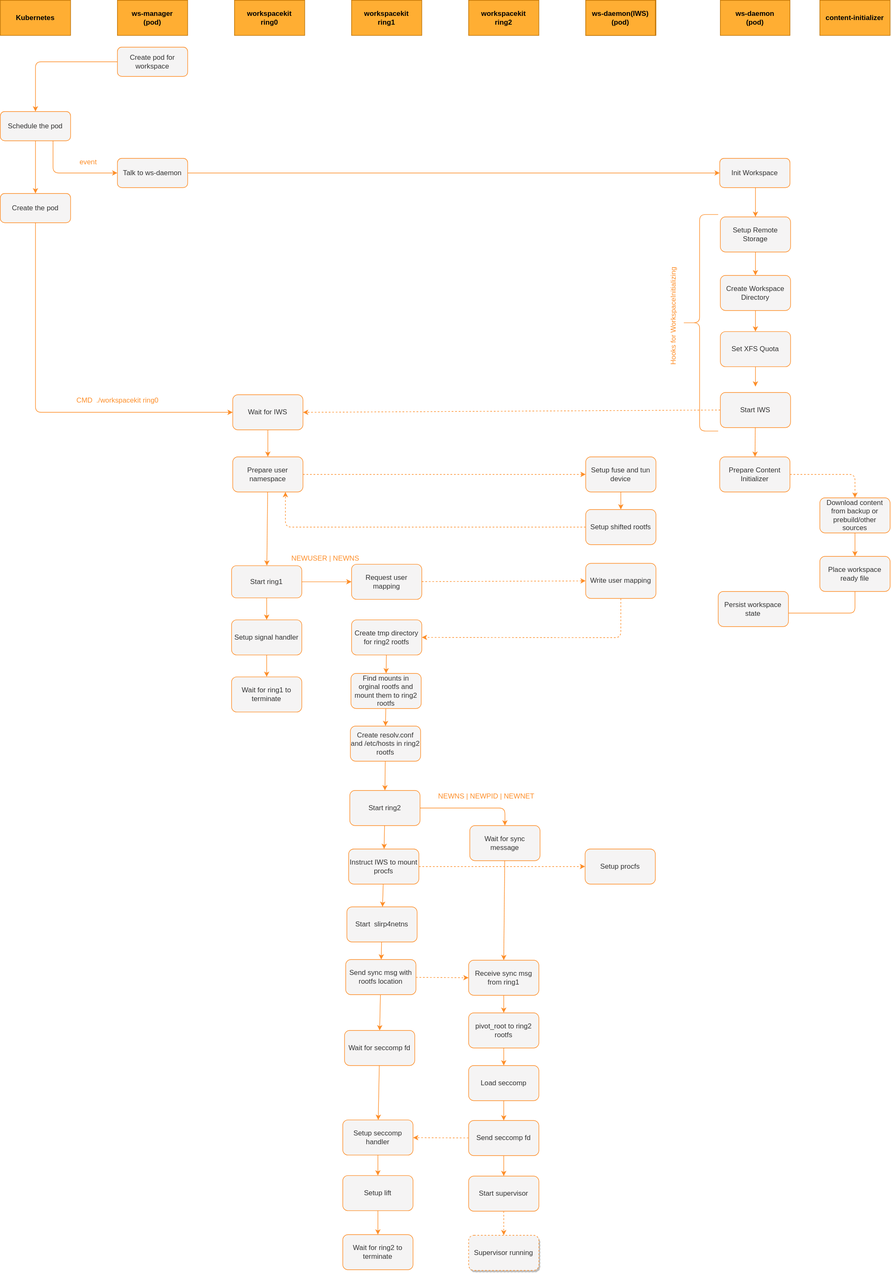
The draw.io diagram docs/workspace/architecture.drawio.svg in gitpod-io/gitpod, before a commit. Source tidied: cells renumbered, new cells last; positions are measured from the earlier drawing's top-left corner, leaving out a move shared by most shapes.
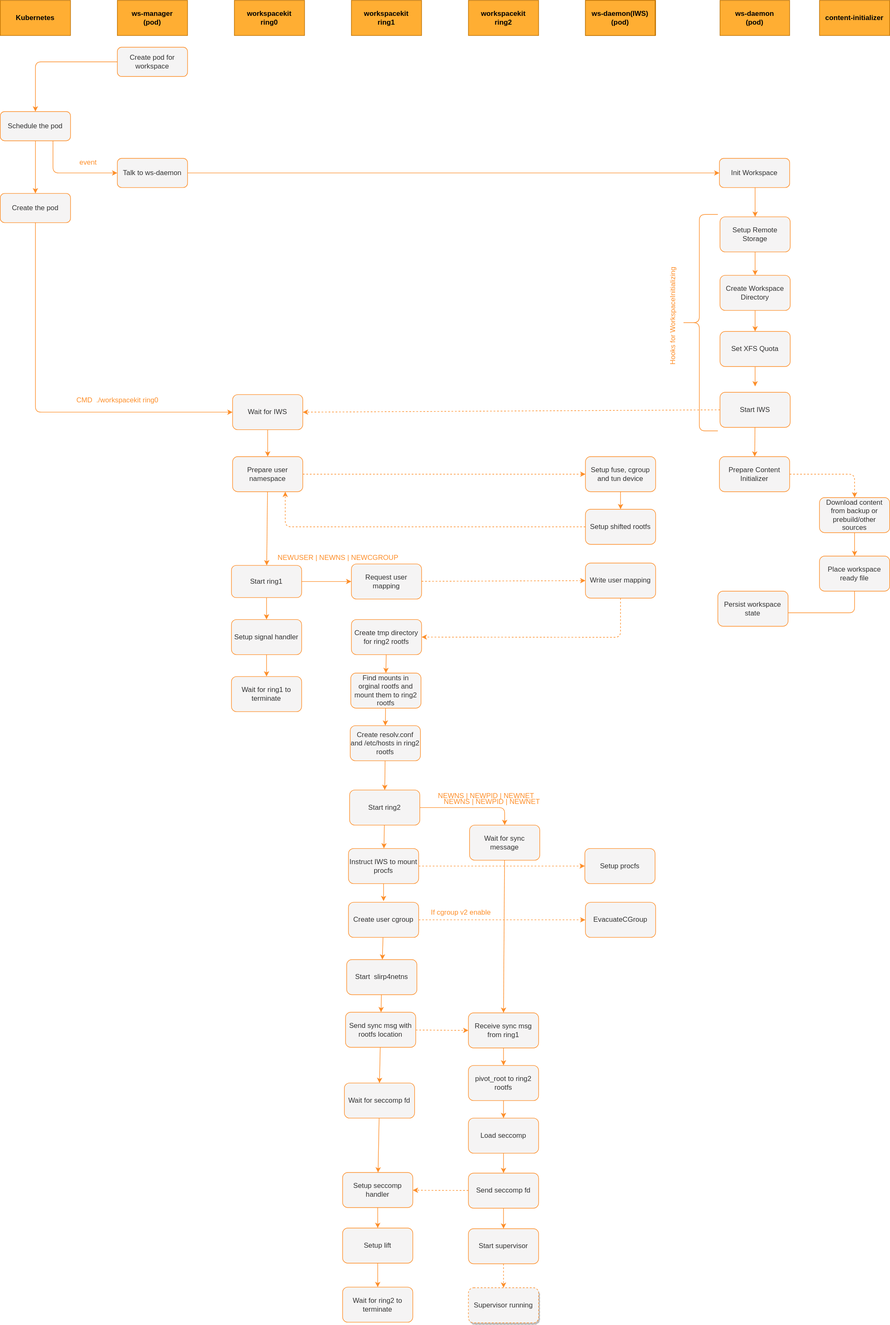
The same file after the commit.

Commit message:
ws-daemon: update the docs for cgroup v2.

Change to the diagram source:
```diff
@@ -91,7 +91,7 @@
     <mxCell id="26" style="edgeStyle=none;rounded=1;jumpStyle=none;html=1;endArrow=classic;endFill=1;strokeColor=#FD8e29;" parent="1" edge="1" source="27" target="32">
       <mxGeometry relative="1" as="geometry" />
     </mxCell>
-    <mxCell id="27" value="Setup fuse and tun device" style="rounded=1;whiteSpace=wrap;html=1;labelBackgroundColor=none;fillColor=#F5F4F4;fontColor=#333333;strokeColor=#FD8e29;" parent="1" vertex="1">
+    <mxCell id="27" value="Setup fuse, cgroup and tun device" style="rounded=1;whiteSpace=wrap;html=1;labelBackgroundColor=none;fillColor=#F5F4F4;fontColor=#333333;strokeColor=#FD8e29;" parent="1" vertex="1">
       <mxGeometry x="1000" y="780" width="120" height="60" as="geometry" />
     </mxCell>
     <mxCell id="28" style="edgeStyle=none;html=1;exitX=1;exitY=0.5;exitDx=0;exitDy=0;entryX=0;entryY=0.5;entryDx=0;entryDy=0;dashed=1;strokeColor=#FD8e29;" parent="1" edge="1" source="30" target="27">
@@ -147,8 +147,8 @@
     <mxCell id="42" value="workspacekit&lt;br&gt;ring2" style="rounded=0;whiteSpace=wrap;html=1;fillColor=#FFAE33;fontColor=#000000;strokeColor=#BD7000;fontStyle=1;" parent="1" vertex="1">
       <mxGeometry x="800" width="120" height="60" as="geometry" />
     </mxCell>
-    <mxCell id="43" value="NEWUSER | NEWNS" style="text;html=1;align=center;verticalAlign=middle;strokeColor=none;fillColor=none;fontColor=#FD8E29;" parent="1" vertex="1">
-      <mxGeometry x="490" y="943.5" width="130" height="20" as="geometry" />
+    <mxCell id="43" value="NEWUSER | NEWNS | NEWCGROUP" style="text;html=1;align=center;verticalAlign=middle;strokeColor=none;fillColor=none;fontColor=#FD8E29;" parent="1" vertex="1">
+      <mxGeometry x="467" y="943" width="220" height="20" as="geometry" />
     </mxCell>
     <mxCell id="44" style="edgeStyle=none;html=1;strokeColor=#FD8e29;" parent="1" edge="1" source="46" target="65">
       <mxGeometry relative="1" as="geometry" />
@@ -218,9 +218,14 @@
     <mxCell id="63" style="edgeStyle=none;html=1;entryX=0;entryY=0.5;entryDx=0;entryDy=0;dashed=1;strokeColor=#FD8e29;" parent="1" edge="1" source="65" target="87">
       <mxGeometry relative="1" as="geometry" />
     </mxCell>
-    <mxCell id="64" style="edgeStyle=none;html=1;strokeColor=#FD8e29;" parent="1" edge="1" source="65" target="67">
+    <mxCell id="64" style="edgeStyle=none;html=1;strokeColor=#FD8e29;startArrow=none;" parent="1" edge="1" source="104" target="67">
       <mxGeometry relative="1" as="geometry" />
     </mxCell>
+    <mxCell id="102" style="edgeStyle=none;html=1;exitX=0.5;exitY=1;exitDx=0;exitDy=0;endArrow=classic;endFill=1;strokeColor=#FD8E29;" parent="1" edge="1" source="65">
+      <mxGeometry relative="1" as="geometry">
+        <mxPoint x="655" y="1540" as="targetPoint" />
+      </mxGeometry>
+    </mxCell>
     <mxCell id="65" value="Instruct IWS to mount procfs" style="rounded=1;whiteSpace=wrap;html=1;labelBackgroundColor=none;fillColor=#F5F4F4;fontColor=#333333;strokeColor=#FD8e29;" parent="1" vertex="1">
       <mxGeometry x="595" y="1450" width="120" height="60" as="geometry" />
     </mxCell>
@@ -228,40 +233,40 @@
       <mxGeometry relative="1" as="geometry" />
     </mxCell>
     <mxCell id="67" value="Start&amp;nbsp; slirp4netns" style="rounded=1;whiteSpace=wrap;html=1;labelBackgroundColor=none;fillColor=#F5F4F4;fontColor=#333333;strokeColor=#FD8e29;" parent="1" vertex="1">
-      <mxGeometry x="592" y="1549" width="120" height="60" as="geometry" />
+      <mxGeometry x="592" y="1640" width="120" height="60" as="geometry" />
     </mxCell>
     <mxCell id="68" style="edgeStyle=none;html=1;entryX=0.5;entryY=0;entryDx=0;entryDy=0;strokeColor=#FD8e29;" parent="1" edge="1" source="69" target="71">
       <mxGeometry relative="1" as="geometry" />
     </mxCell>
     <mxCell id="69" value="Setup seccomp handler" style="rounded=1;whiteSpace=wrap;html=1;labelBackgroundColor=none;fillColor=#F5F4F4;fontColor=#333333;strokeColor=#FD8e29;" parent="1" vertex="1">
-      <mxGeometry x="585" y="1913" width="120" height="60" as="geometry" />
+      <mxGeometry x="585" y="2004" width="120" height="60" as="geometry" />
     </mxCell>
     <mxCell id="70" style="edgeStyle=none;html=1;entryX=0.5;entryY=0;entryDx=0;entryDy=0;strokeColor=#FD8e29;" parent="1" edge="1" source="71" target="72">
       <mxGeometry relative="1" as="geometry" />
     </mxCell>
     <mxCell id="71" value="Setup lift" style="rounded=1;whiteSpace=wrap;html=1;labelBackgroundColor=none;fillColor=#F5F4F4;fontColor=#333333;strokeColor=#FD8e29;" parent="1" vertex="1">
-      <mxGeometry x="585" y="2008" width="120" height="60" as="geometry" />
+      <mxGeometry x="585" y="2099" width="120" height="60" as="geometry" />
     </mxCell>
     <mxCell id="72" value="Wait for ring2 to terminate" style="rounded=1;whiteSpace=wrap;html=1;labelBackgroundColor=none;fillColor=#F5F4F4;fontColor=#333333;strokeColor=#FD8e29;" parent="1" vertex="1">
-      <mxGeometry x="585" y="2109" width="120" height="60" as="geometry" />
+      <mxGeometry x="585" y="2200" width="120" height="60" as="geometry" />
     </mxCell>
     <mxCell id="73" style="edgeStyle=none;html=1;strokeColor=#FD8e29;" parent="1" edge="1" source="74" target="76">
       <mxGeometry relative="1" as="geometry" />
     </mxCell>
     <mxCell id="74" value="Receive sync msg from ring1" style="rounded=1;whiteSpace=wrap;html=1;labelBackgroundColor=none;fillColor=#F5F4F4;fontColor=#333333;strokeColor=#FD8e29;" parent="1" vertex="1">
-      <mxGeometry x="800" y="1640" width="120" height="60" as="geometry" />
+      <mxGeometry x="800" y="1731" width="120" height="60" as="geometry" />
     </mxCell>
     <mxCell id="75" style="edgeStyle=none;html=1;entryX=0.5;entryY=0;entryDx=0;entryDy=0;strokeColor=#FD8e29;" parent="1" edge="1" source="76" target="78">
       <mxGeometry relative="1" as="geometry" />
     </mxCell>
     <mxCell id="76" value="pivot_root to ring2 rootfs" style="rounded=1;whiteSpace=wrap;html=1;labelBackgroundColor=none;fillColor=#F5F4F4;fontColor=#333333;strokeColor=#FD8e29;" parent="1" vertex="1">
-      <mxGeometry x="800" y="1730" width="120" height="60" as="geometry" />
+      <mxGeometry x="800" y="1821" width="120" height="60" as="geometry" />
     </mxCell>
     <mxCell id="77" style="edgeStyle=none;html=1;strokeColor=#FD8e29;" parent="1" edge="1" source="78" target="81">
       <mxGeometry relative="1" as="geometry" />
     </mxCell>
     <mxCell id="78" value="Load seccomp" style="rounded=1;whiteSpace=wrap;html=1;labelBackgroundColor=none;fillColor=#F5F4F4;fontColor=#333333;strokeColor=#FD8e29;" parent="1" vertex="1">
-      <mxGeometry x="800" y="1820" width="120" height="60" as="geometry" />
+      <mxGeometry x="800" y="1911" width="120" height="60" as="geometry" />
     </mxCell>
     <mxCell id="79" style="edgeStyle=none;html=1;strokeColor=#FD8e29;" parent="1" edge="1" source="81" target="83">
       <mxGeometry relative="1" as="geometry" />
@@ -270,13 +275,13 @@
       <mxGeometry relative="1" as="geometry" />
     </mxCell>
     <mxCell id="81" value="Send seccomp fd" style="rounded=1;whiteSpace=wrap;html=1;labelBackgroundColor=none;fillColor=#F5F4F4;fontColor=#333333;strokeColor=#FD8e29;" parent="1" vertex="1">
-      <mxGeometry x="800" y="1914" width="120" height="60" as="geometry" />
+      <mxGeometry x="800" y="2005" width="120" height="60" as="geometry" />
     </mxCell>
     <mxCell id="82" style="edgeStyle=none;html=1;dashed=1;strokeColor=#FD8e29;" parent="1" edge="1" source="83" target="92">
       <mxGeometry relative="1" as="geometry" />
     </mxCell>
     <mxCell id="83" value="Start supervisor" style="rounded=1;whiteSpace=wrap;html=1;labelBackgroundColor=none;fillColor=#F5F4F4;fontColor=#333333;strokeColor=#FD8e29;" parent="1" vertex="1">
-      <mxGeometry x="800" y="2009" width="120" height="60" as="geometry" />
+      <mxGeometry x="800" y="2100" width="120" height="60" as="geometry" />
     </mxCell>
     <mxCell id="84" style="edgeStyle=none;html=1;entryX=0;entryY=0.5;entryDx=0;entryDy=0;dashed=1;strokeColor=#FD8e29;" parent="1" edge="1" source="86" target="74">
       <mxGeometry relative="1" as="geometry" />
@@ -285,7 +290,7 @@
       <mxGeometry relative="1" as="geometry" />
     </mxCell>
     <mxCell id="86" value="Send sync msg with rootfs location" style="rounded=1;whiteSpace=wrap;html=1;labelBackgroundColor=none;fillColor=#F5F4F4;fontColor=#333333;strokeColor=#FD8e29;" parent="1" vertex="1">
-      <mxGeometry x="590" y="1639" width="120" height="60" as="geometry" />
+      <mxGeometry x="590" y="1730" width="120" height="60" as="geometry" />
     </mxCell>
     <mxCell id="87" value="Setup procfs" style="rounded=1;whiteSpace=wrap;html=1;labelBackgroundColor=none;fillColor=#F5F4F4;fontColor=#333333;strokeColor=#FD8e29;" parent="1" vertex="1">
       <mxGeometry x="999" y="1450" width="120" height="60" as="geometry" />
@@ -300,10 +305,10 @@
       <mxGeometry relative="1" as="geometry" />
     </mxCell>
     <mxCell id="91" value="Wait for seccomp fd" style="rounded=1;whiteSpace=wrap;html=1;labelBackgroundColor=none;fillColor=#F5F4F4;fontColor=#333333;strokeColor=#FD8e29;" parent="1" vertex="1">
-      <mxGeometry x="588" y="1760" width="120" height="60" as="geometry" />
+      <mxGeometry x="588" y="1851" width="120" height="60" as="geometry" />
     </mxCell>
     <mxCell id="92" value="Supervisor running" style="rounded=1;whiteSpace=wrap;html=1;labelBackgroundColor=none;fillColor=#F5F4F4;fontColor=#333333;strokeColor=#FD8e29;shadow=1;glass=0;sketch=0;dashed=1;" parent="1" vertex="1">
-      <mxGeometry x="800" y="2110" width="120" height="60" as="geometry" />
+      <mxGeometry x="800" y="2201" width="120" height="60" as="geometry" />
     </mxCell>
     <mxCell id="93" value="Kubernetes" style="rounded=0;whiteSpace=wrap;html=1;fillColor=#FFAE33;fontColor=#000000;strokeColor=#BD7000;fontStyle=1;" parent="1" vertex="1">
       <mxGeometry width="120" height="60" as="geometry" />
@@ -340,5 +345,20 @@
     <mxCell id="101" value="Create the pod" style="rounded=1;whiteSpace=wrap;html=1;labelBackgroundColor=none;fillColor=#F5F4F4;fontColor=#333333;strokeColor=#FD8e29;" parent="1" vertex="1">
       <mxGeometry y="330" width="120" height="50" as="geometry" />
     </mxCell>
+    <mxCell id="103" style="edgeStyle=none;html=1;exitX=1;exitY=0.5;exitDx=0;exitDy=0;entryX=0;entryY=0.5;entryDx=0;entryDy=0;endArrow=classic;endFill=1;strokeColor=#FD8E29;dashed=1;" parent="1" edge="1" source="104" target="105">
+      <mxGeometry relative="1" as="geometry" />
+    </mxCell>
+    <mxCell id="104" value="Create user cgroup" style="rounded=1;whiteSpace=wrap;html=1;labelBackgroundColor=none;fillColor=#F5F4F4;fontColor=#333333;strokeColor=#FD8e29;" parent="1" vertex="1">
+      <mxGeometry x="595" y="1542" width="120" height="60" as="geometry" />
+    </mxCell>
+    <mxCell id="105" value="EvacuateCGroup" style="rounded=1;whiteSpace=wrap;html=1;labelBackgroundColor=none;fillColor=#F5F4F4;fontColor=#333333;strokeColor=#FD8e29;" parent="1" vertex="1">
+      <mxGeometry x="1000" y="1542" width="120" height="60" as="geometry" />
+    </mxCell>
+    <mxCell id="106" value="NEWNS | NEWPID | NEWNET" style="text;html=1;align=center;verticalAlign=middle;strokeColor=none;fillColor=none;fontColor=#FD8E29;" parent="1" vertex="1">
+      <mxGeometry x="750" y="1360" width="180" height="20" as="geometry" />
+    </mxCell>
+    <mxCell id="107" value="If cgroup v2 enable" style="text;html=1;align=center;verticalAlign=middle;strokeColor=none;fillColor=none;fontColor=#FD8E29;" parent="1" vertex="1">
+      <mxGeometry x="727" y="1550" width="120" height="20" as="geometry" />
+    </mxCell>
   </root>
 </mxGraphModel>
```
